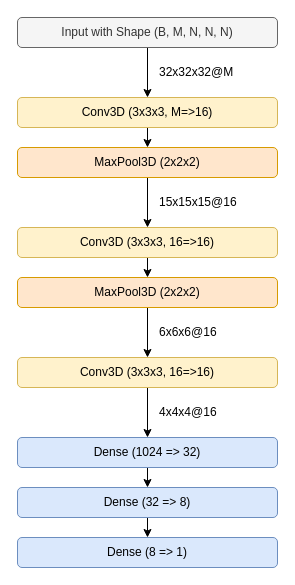
This is figs/VoxelCNN.drawio from markus7800/VoxelNet, a draw.io file, before an edit. Source tidied: cells renumbered, new cells numbered last; positions are measured from the earlier drawing's top-left corner, leaving out a move shared by most shapes. Both pictures are drawn from the tidied source at 100%, with x=0, y=0 at pixel (17, 17).
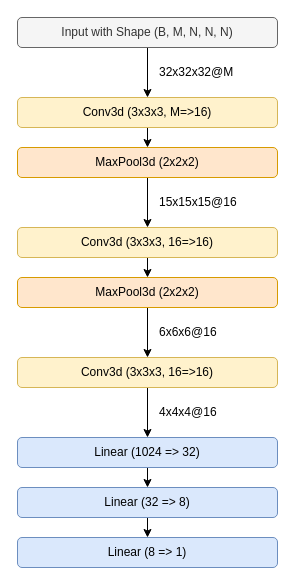
The same diagram, later.

Diff of the diagram source:
```diff
@@
-    <mxCell id="3" value="Conv3D (3x3x3, M=&amp;gt;16)" style="rounded=1;whiteSpace=wrap;html=1;fillColor=#fff2cc;strokeColor=#d6b656;" parent="1" vertex="1">
+    <mxCell id="3" value="Conv3d (3x3x3, M=&amp;gt;16)" style="rounded=1;whiteSpace=wrap;html=1;fillColor=#fff2cc;strokeColor=#d6b656;" parent="1" vertex="1">
       <mxGeometry y="80" width="260" height="30" as="geometry" />
     </mxCell>
@@
-    <mxCell id="5" value="Conv3D (3x3x3, 16=&amp;gt;16)" style="rounded=1;whiteSpace=wrap;html=1;fillColor=#fff2cc;strokeColor=#d6b656;" parent="1" vertex="1">
+    <mxCell id="5" value="Conv3d (3x3x3, 16=&amp;gt;16)" style="rounded=1;whiteSpace=wrap;html=1;fillColor=#fff2cc;strokeColor=#d6b656;" parent="1" vertex="1">
       <mxGeometry y="340" width="260" height="30" as="geometry" />
     </mxCell>
@@
-    <mxCell id="7" value="Conv3D (3x3x3, 16=&amp;gt;16)" style="rounded=1;whiteSpace=wrap;html=1;fillColor=#fff2cc;strokeColor=#d6b656;" parent="1" vertex="1">
+    <mxCell id="7" value="Conv3d (3x3x3, 16=&amp;gt;16)" style="rounded=1;whiteSpace=wrap;html=1;fillColor=#fff2cc;strokeColor=#d6b656;" parent="1" vertex="1">
       <mxGeometry y="210" width="260" height="30" as="geometry" />
     </mxCell>
@@
-    <mxCell id="9" value="MaxPool3D (2x2x2)" style="rounded=1;whiteSpace=wrap;html=1;fillColor=#ffe6cc;strokeColor=#d79b00;" parent="1" vertex="1">
+    <mxCell id="9" value="MaxPool3d (2x2x2)" style="rounded=1;whiteSpace=wrap;html=1;fillColor=#ffe6cc;strokeColor=#d79b00;" parent="1" vertex="1">
       <mxGeometry y="130" width="260" height="30" as="geometry" />
     </mxCell>
@@
-    <mxCell id="11" value="MaxPool3D (2x2x2)" style="rounded=1;whiteSpace=wrap;html=1;fillColor=#ffe6cc;strokeColor=#d79b00;" parent="1" vertex="1">
+    <mxCell id="11" value="MaxPool3d (2x2x2)" style="rounded=1;whiteSpace=wrap;html=1;fillColor=#ffe6cc;strokeColor=#d79b00;" parent="1" vertex="1">
       <mxGeometry y="260" width="260" height="30" as="geometry" />
     </mxCell>
@@
-    <mxCell id="16" value="Dense (1024 =&amp;gt; 32)" style="rounded=1;whiteSpace=wrap;html=1;fillColor=#dae8fc;strokeColor=#6c8ebf;" parent="1" vertex="1">
+    <mxCell id="16" value="Linear (1024 =&amp;gt; 32)" style="rounded=1;whiteSpace=wrap;html=1;fillColor=#dae8fc;strokeColor=#6c8ebf;" parent="1" vertex="1">
       <mxGeometry y="420" width="260" height="30" as="geometry" />
     </mxCell>
@@
-    <mxCell id="18" value="Dense (32 =&amp;gt; 8)" style="rounded=1;whiteSpace=wrap;html=1;fillColor=#dae8fc;strokeColor=#6c8ebf;" parent="1" vertex="1">
+    <mxCell id="18" value="Linear (32 =&amp;gt; 8)" style="rounded=1;whiteSpace=wrap;html=1;fillColor=#dae8fc;strokeColor=#6c8ebf;" parent="1" vertex="1">
       <mxGeometry y="470" width="260" height="30" as="geometry" />
     </mxCell>
-    <mxCell id="19" value="Dense (8 =&amp;gt; 1)" style="rounded=1;whiteSpace=wrap;html=1;fillColor=#dae8fc;strokeColor=#6c8ebf;" parent="1" vertex="1">
+    <mxCell id="19" value="Linear (8 =&amp;gt; 1)" style="rounded=1;whiteSpace=wrap;html=1;fillColor=#dae8fc;strokeColor=#6c8ebf;" parent="1" vertex="1">
       <mxGeometry y="520" width="260" height="30" as="geometry" />
     </mxCell>
```
